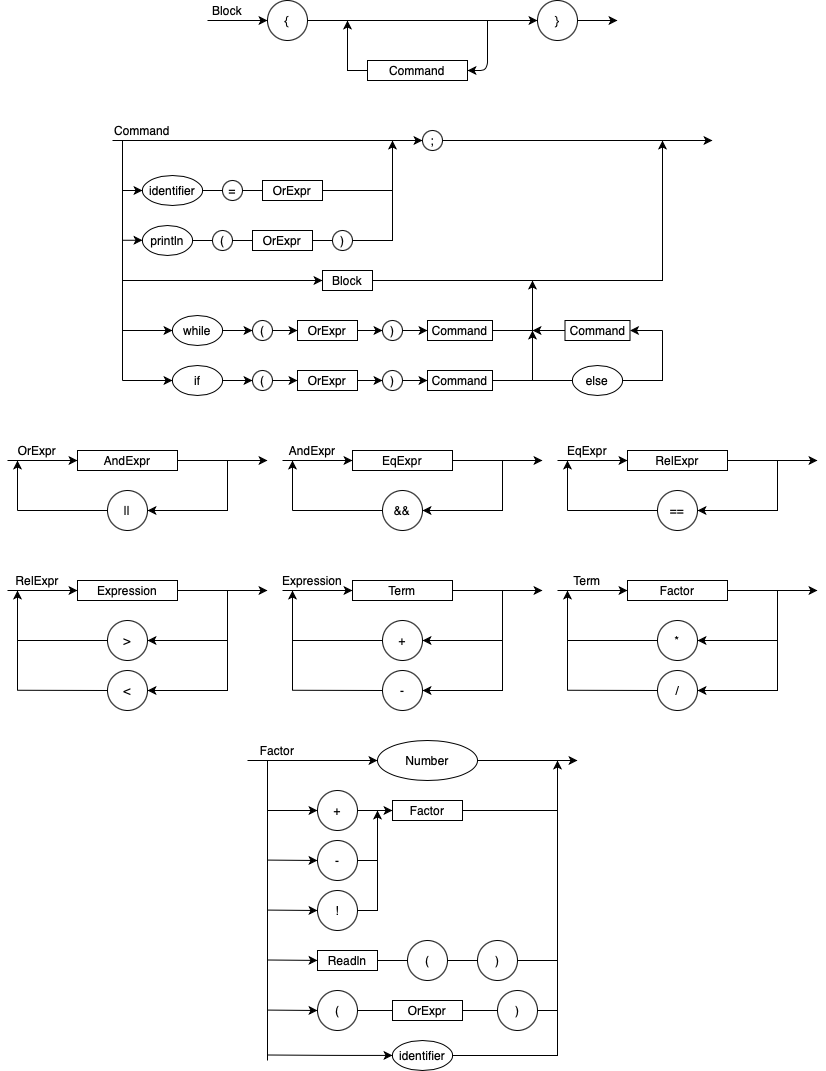
Above: Diagrama.png in VFermat/logcomp-compilador-2021 (draw.io), before the change. Source tidied: cells renumbered, new cells last; positions are measured from the earlier drawing's top-left corner, leaving out a move shared by most shapes.
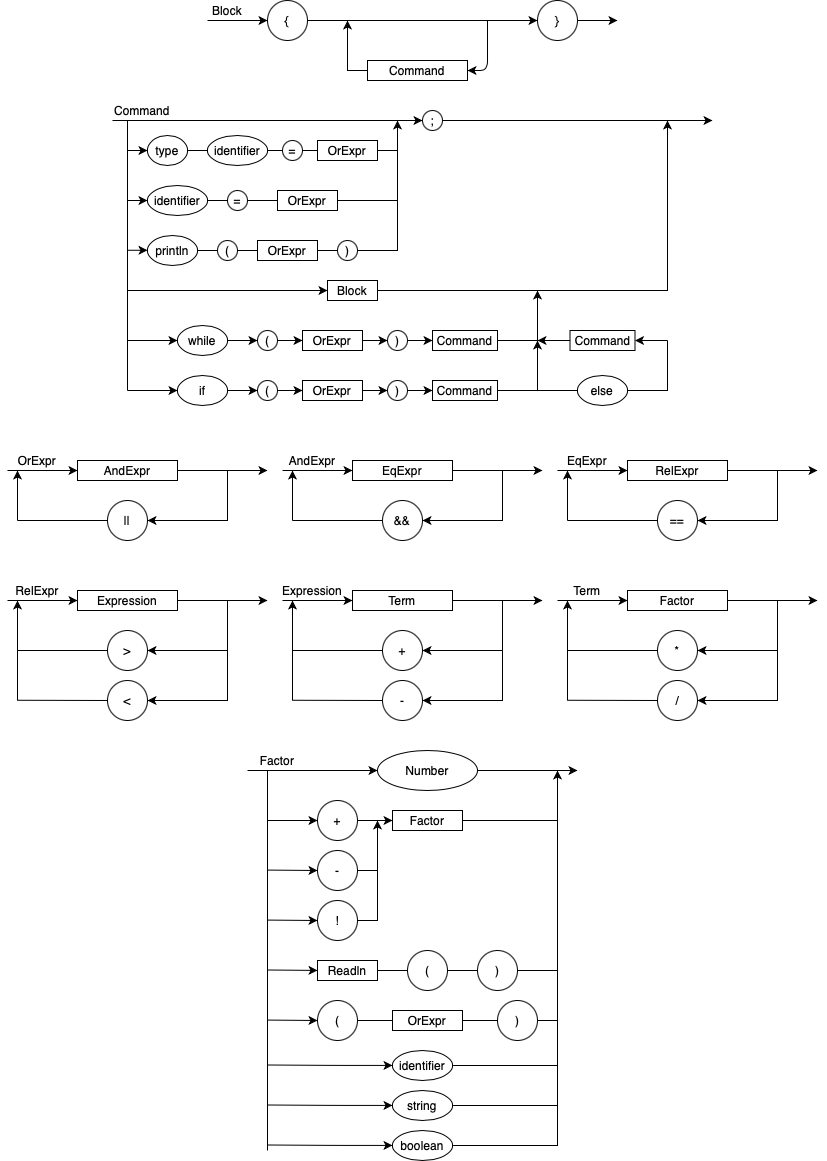
After the commit.

Change to the diagram source:
```diff
@@ -6,4 +6,4 @@
       <mxGeometry relative="1" as="geometry">
-        <mxPoint x="200" y="20" as="sourcePoint" />
-        <mxPoint x="260" y="20" as="targetPoint" />
+        <mxPoint x="200" y="10" as="sourcePoint" />
+        <mxPoint x="260" y="10" as="targetPoint" />
       </mxGeometry>
@@ -12,3 +12,3 @@
       <mxGeometry relative="1" as="geometry">
-        <mxPoint x="340" y="20" as="targetPoint" />
+        <mxPoint x="340" y="10" as="targetPoint" />
       </mxGeometry>
@@ -16,3 +16,3 @@
     <mxCell id="4" value="Command" style="rounded=0;whiteSpace=wrap;html=1;" parent="1" vertex="1">
-      <mxGeometry x="360" y="60" width="100" height="20" as="geometry" />
+      <mxGeometry x="360" y="50" width="100" height="20" as="geometry" />
     </mxCell>
@@ -20,5 +20,5 @@
       <mxGeometry relative="1" as="geometry">
-        <mxPoint x="480" y="20" as="sourcePoint" />
+        <mxPoint x="480" y="10" as="sourcePoint" />
         <Array as="points">
-          <mxPoint x="480" y="70" />
+          <mxPoint x="480" y="60" />
         </Array>
@@ -27,3 +27,3 @@
     <mxCell id="6" value="Block" style="text;html=1;strokeColor=none;fillColor=none;align=center;verticalAlign=middle;whiteSpace=wrap;rounded=0;" parent="1" vertex="1">
-      <mxGeometry x="200" width="40" height="20" as="geometry" />
+      <mxGeometry x="200" y="-10" width="40" height="20" as="geometry" />
     </mxCell>
@@ -31,3 +31,3 @@
       <mxGeometry relative="1" as="geometry">
-        <mxPoint x="105" y="140" as="sourcePoint" />
+        <mxPoint x="105" y="110" as="sourcePoint" />
       </mxGeometry>
@@ -36,3 +36,3 @@
       <mxGeometry relative="1" as="geometry">
-        <mxPoint x="705" y="140" as="targetPoint" />
+        <mxPoint x="705" y="110" as="targetPoint" />
       </mxGeometry>
@@ -40,3 +40,3 @@
     <mxCell id="9" value=";" style="ellipse;whiteSpace=wrap;html=1;" parent="1" vertex="1">
-      <mxGeometry x="415" y="130" width="20" height="20" as="geometry" />
+      <mxGeometry x="415" y="100" width="20" height="20" as="geometry" />
     </mxCell>
@@ -47,3 +47,3 @@
       <mxGeometry relative="1" as="geometry">
-        <mxPoint x="185" y="240" as="sourcePoint" />
+        <mxPoint x="190" y="240" as="sourcePoint" />
       </mxGeometry>
@@ -54,3 +54,3 @@
     <mxCell id="13" value="(" style="ellipse;whiteSpace=wrap;html=1;" parent="1" vertex="1">
-      <mxGeometry x="205" y="230" width="20" height="20" as="geometry" />
+      <mxGeometry x="210" y="230" width="20" height="20" as="geometry" />
     </mxCell>
@@ -58,6 +58,6 @@
       <mxGeometry relative="1" as="geometry">
-        <mxPoint x="385" y="140" as="targetPoint" />
+        <mxPoint x="390" y="110" as="targetPoint" />
         <Array as="points">
-          <mxPoint x="385" y="190" />
-          <mxPoint x="385" y="150" />
+          <mxPoint x="390" y="190" />
+          <mxPoint x="390" y="150" />
         </Array>
@@ -66,3 +66,3 @@
     <mxCell id="15" value="OrExpr" style="rounded=0;whiteSpace=wrap;html=1;" parent="1" vertex="1">
-      <mxGeometry x="255" y="180" width="60" height="20" as="geometry" />
+      <mxGeometry x="270" y="180" width="60" height="20" as="geometry" />
     </mxCell>
@@ -70,3 +70,3 @@
       <mxGeometry relative="1" as="geometry">
-        <mxPoint x="385" y="180" as="targetPoint" />
+        <mxPoint x="390" y="180" as="targetPoint" />
       </mxGeometry>
@@ -74,8 +74,7 @@
     <mxCell id="17" value=")" style="ellipse;whiteSpace=wrap;html=1;" parent="1" vertex="1">
-      <mxGeometry x="325" y="230" width="20" height="20" as="geometry" />
+      <mxGeometry x="330" y="230" width="20" height="20" as="geometry" />
     </mxCell>
-    <mxCell id="18" style="endArrow=none;html=1;" parent="1" edge="1">
+    <mxCell id="18" style="endArrow=none;html=1;entryX=0.25;entryY=1;entryDx=0;entryDy=0;" parent="1" edge="1" target="21">
       <mxGeometry relative="1" as="geometry">
-        <mxPoint x="115" y="380" as="sourcePoint" />
-        <mxPoint x="115" y="140" as="targetPoint" />
+        <mxPoint x="120" y="380" as="sourcePoint" />
       </mxGeometry>
@@ -84,4 +83,4 @@
       <mxGeometry relative="1" as="geometry">
-        <mxPoint x="115" y="190" as="sourcePoint" />
-        <mxPoint x="135" y="190" as="targetPoint" />
+        <mxPoint x="120" y="190" as="sourcePoint" />
+        <mxPoint x="140" y="190" as="targetPoint" />
       </mxGeometry>
@@ -90,4 +89,4 @@
       <mxGeometry relative="1" as="geometry">
-        <mxPoint x="115" y="239.8" as="sourcePoint" />
-        <mxPoint x="135" y="239.8" as="targetPoint" />
+        <mxPoint x="120" y="239.8" as="sourcePoint" />
+        <mxPoint x="140" y="239.8" as="targetPoint" />
       </mxGeometry>
@@ -95,3 +94,3 @@
     <mxCell id="21" value="Command" style="text;html=1;strokeColor=none;fillColor=none;align=center;verticalAlign=middle;whiteSpace=wrap;rounded=0;" parent="1" vertex="1">
-      <mxGeometry x="105" y="120" width="60" height="20" as="geometry" />
+      <mxGeometry x="105" y="90" width="60" height="20" as="geometry" />
     </mxCell>
@@ -233,3 +232,3 @@
       <mxGeometry relative="1" as="geometry">
-        <mxPoint x="260" y="1060" as="sourcePoint" />
+        <mxPoint x="260" y="1140" as="sourcePoint" />
         <mxPoint x="260" y="760" as="targetPoint" />
@@ -496,3 +495,3 @@
       <mxGeometry relative="1" as="geometry">
-        <mxPoint x="530" y="20" as="targetPoint" />
+        <mxPoint x="530" y="10" as="targetPoint" />
       </mxGeometry>
@@ -500,3 +499,3 @@
     <mxCell id="112" value="{" style="ellipse;whiteSpace=wrap;html=1;" parent="1" vertex="1">
-      <mxGeometry x="260" width="40" height="40" as="geometry" />
+      <mxGeometry x="260" y="-10" width="40" height="40" as="geometry" />
     </mxCell>
@@ -504,3 +503,3 @@
       <mxGeometry relative="1" as="geometry">
-        <mxPoint x="610" y="20" as="targetPoint" />
+        <mxPoint x="610" y="10" as="targetPoint" />
       </mxGeometry>
@@ -508,3 +507,3 @@
     <mxCell id="114" value="}" style="ellipse;whiteSpace=wrap;html=1;" parent="1" vertex="1">
-      <mxGeometry x="530" width="40" height="40" as="geometry" />
+      <mxGeometry x="530" y="-10" width="40" height="40" as="geometry" />
     </mxCell>
@@ -512,4 +511,4 @@
       <mxGeometry relative="1" as="geometry">
-        <mxPoint x="115" y="280" as="sourcePoint" />
-        <mxPoint x="315" y="280" as="targetPoint" />
+        <mxPoint x="120" y="280" as="sourcePoint" />
+        <mxPoint x="320" y="280" as="targetPoint" />
       </mxGeometry>
@@ -518,3 +517,3 @@
       <mxGeometry relative="1" as="geometry">
-        <mxPoint x="655" y="140" as="targetPoint" />
+        <mxPoint x="660" y="110" as="targetPoint" />
       </mxGeometry>
@@ -522,3 +521,3 @@
     <mxCell id="117" value="Block" style="rounded=0;whiteSpace=wrap;html=1;" parent="1" vertex="1">
-      <mxGeometry x="315" y="270" width="50" height="20" as="geometry" />
+      <mxGeometry x="320" y="270" width="50" height="20" as="geometry" />
     </mxCell>
@@ -526,4 +525,4 @@
       <mxGeometry relative="1" as="geometry">
-        <mxPoint x="165" y="330" as="sourcePoint" />
-        <mxPoint x="115" y="330" as="targetPoint" />
+        <mxPoint x="170" y="330" as="sourcePoint" />
+        <mxPoint x="120" y="330" as="targetPoint" />
       </mxGeometry>
@@ -532,3 +531,3 @@
       <mxGeometry relative="1" as="geometry">
-        <mxPoint x="215" y="330" as="sourcePoint" />
+        <mxPoint x="220" y="330" as="sourcePoint" />
       </mxGeometry>
@@ -537,4 +536,4 @@
       <mxGeometry relative="1" as="geometry">
-        <mxPoint x="165" y="380" as="sourcePoint" />
-        <mxPoint x="115" y="380" as="targetPoint" />
+        <mxPoint x="170" y="380" as="sourcePoint" />
+        <mxPoint x="120" y="380" as="targetPoint" />
       </mxGeometry>
@@ -543,3 +542,3 @@
       <mxGeometry relative="1" as="geometry">
-        <mxPoint x="215" y="380" as="sourcePoint" />
+        <mxPoint x="220" y="380" as="sourcePoint" />
       </mxGeometry>
@@ -550,3 +549,3 @@
     <mxCell id="123" value="(" style="ellipse;whiteSpace=wrap;html=1;" parent="1" vertex="1">
-      <mxGeometry x="245" y="320" width="20" height="20" as="geometry" />
+      <mxGeometry x="250" y="320" width="20" height="20" as="geometry" />
     </mxCell>
@@ -556,3 +555,3 @@
     <mxCell id="125" value="OrExpr" style="rounded=0;whiteSpace=wrap;html=1;" parent="1" vertex="1">
-      <mxGeometry x="290" y="320" width="60" height="20" as="geometry" />
+      <mxGeometry x="295" y="320" width="60" height="20" as="geometry" />
     </mxCell>
@@ -562,6 +561,6 @@
     <mxCell id="127" value=")" style="ellipse;whiteSpace=wrap;html=1;" parent="1" vertex="1">
-      <mxGeometry x="375" y="320" width="20" height="20" as="geometry" />
+      <mxGeometry x="380" y="320" width="20" height="20" as="geometry" />
     </mxCell>
     <mxCell id="128" value="OrExpr" style="rounded=0;whiteSpace=wrap;html=1;" parent="1" vertex="1">
-      <mxGeometry x="245" y="230" width="60" height="20" as="geometry" />
+      <mxGeometry x="250" y="230" width="60" height="20" as="geometry" />
     </mxCell>
@@ -571,3 +570,3 @@
     <mxCell id="130" value="=" style="ellipse;whiteSpace=wrap;html=1;" parent="1" vertex="1">
-      <mxGeometry x="215" y="180" width="20" height="20" as="geometry" />
+      <mxGeometry x="220" y="180" width="20" height="20" as="geometry" />
     </mxCell>
@@ -575,3 +574,3 @@
       <mxGeometry relative="1" as="geometry">
-        <mxPoint x="195" y="190" as="sourcePoint" />
+        <mxPoint x="200" y="190" as="sourcePoint" />
       </mxGeometry>
@@ -582,3 +581,3 @@
     <mxCell id="133" value="(" style="ellipse;whiteSpace=wrap;html=1;" parent="1" vertex="1">
-      <mxGeometry x="245" y="370" width="20" height="20" as="geometry" />
+      <mxGeometry x="250" y="370" width="20" height="20" as="geometry" />
     </mxCell>
@@ -588,3 +587,3 @@
     <mxCell id="135" value="OrExpr" style="rounded=0;whiteSpace=wrap;html=1;" parent="1" vertex="1">
-      <mxGeometry x="290" y="370" width="60" height="20" as="geometry" />
+      <mxGeometry x="295" y="370" width="60" height="20" as="geometry" />
     </mxCell>
@@ -594,3 +593,3 @@
     <mxCell id="137" value=")" style="ellipse;whiteSpace=wrap;html=1;" parent="1" vertex="1">
-      <mxGeometry x="375" y="370" width="20" height="20" as="geometry" />
+      <mxGeometry x="380" y="370" width="20" height="20" as="geometry" />
     </mxCell>
@@ -598,6 +597,6 @@
       <mxGeometry relative="1" as="geometry">
-        <mxPoint x="525" y="280" as="targetPoint" />
+        <mxPoint x="530" y="280" as="targetPoint" />
         <Array as="points">
-          <mxPoint x="525" y="330" />
-          <mxPoint x="525" y="280" />
+          <mxPoint x="530" y="330" />
+          <mxPoint x="530" y="280" />
         </Array>
@@ -606,3 +605,3 @@
     <mxCell id="139" value="Command" style="rounded=0;whiteSpace=wrap;html=1;" parent="1" vertex="1">
-      <mxGeometry x="420" y="320" width="65" height="20" as="geometry" />
+      <mxGeometry x="425" y="320" width="65" height="20" as="geometry" />
     </mxCell>
@@ -610,3 +609,3 @@
       <mxGeometry relative="1" as="geometry">
-        <mxPoint x="525" y="330" as="targetPoint" />
+        <mxPoint x="530" y="330" as="targetPoint" />
       </mxGeometry>
@@ -617,3 +616,3 @@
     <mxCell id="142" value="Command" style="rounded=0;whiteSpace=wrap;html=1;" parent="1" vertex="1">
-      <mxGeometry x="420" y="370" width="65" height="20" as="geometry" />
+      <mxGeometry x="425" y="370" width="65" height="20" as="geometry" />
     </mxCell>
@@ -621,3 +620,3 @@
       <mxGeometry relative="1" as="geometry">
-        <mxPoint x="525" y="330" as="targetPoint" />
+        <mxPoint x="530" y="330" as="targetPoint" />
       </mxGeometry>
@@ -626,3 +625,3 @@
       <mxGeometry relative="1" as="geometry">
-        <mxPoint x="655" y="330" as="targetPoint" />
+        <mxPoint x="660" y="330" as="targetPoint" />
       </mxGeometry>
@@ -630,15 +629,15 @@
     <mxCell id="145" value="Command" style="rounded=0;whiteSpace=wrap;html=1;" parent="1" vertex="1">
-      <mxGeometry x="557.5" y="320" width="65" height="20" as="geometry" />
+      <mxGeometry x="562.5" y="320" width="65" height="20" as="geometry" />
     </mxCell>
     <mxCell id="146" value="while" style="ellipse;whiteSpace=wrap;html=1;" parent="1" vertex="1">
-      <mxGeometry x="165" y="315" width="50" height="30" as="geometry" />
+      <mxGeometry x="170" y="315" width="50" height="30" as="geometry" />
     </mxCell>
     <mxCell id="147" value="if" style="ellipse;whiteSpace=wrap;html=1;" parent="1" vertex="1">
-      <mxGeometry x="165" y="365" width="50" height="30" as="geometry" />
+      <mxGeometry x="170" y="365" width="50" height="30" as="geometry" />
     </mxCell>
     <mxCell id="148" value="println" style="ellipse;whiteSpace=wrap;html=1;" parent="1" vertex="1">
-      <mxGeometry x="135" y="225" width="50" height="30" as="geometry" />
+      <mxGeometry x="140" y="225" width="50" height="30" as="geometry" />
     </mxCell>
     <mxCell id="149" value="identifier" style="ellipse;whiteSpace=wrap;html=1;" parent="1" vertex="1">
-      <mxGeometry x="135" y="175" width="60" height="30" as="geometry" />
+      <mxGeometry x="140" y="175" width="60" height="30" as="geometry" />
     </mxCell>
@@ -646,3 +645,3 @@
       <mxGeometry relative="1" as="geometry">
-        <mxPoint x="655" y="330" as="targetPoint" />
+        <mxPoint x="660" y="330" as="targetPoint" />
       </mxGeometry>
@@ -650,3 +649,3 @@
     <mxCell id="151" value="else" style="ellipse;whiteSpace=wrap;html=1;" parent="1" vertex="1">
-      <mxGeometry x="565" y="365" width="50" height="30" as="geometry" />
+      <mxGeometry x="570" y="365" width="50" height="30" as="geometry" />
     </mxCell>
@@ -655,2 +654,70 @@
     </mxCell>
+    <mxCell id="153" style="edgeStyle=orthogonalEdgeStyle;rounded=0;jettySize=auto;html=1;endArrow=none;endFill=0;" parent="1" edge="1" source="154">
+      <mxGeometry relative="1" as="geometry">
+        <mxPoint x="550" y="1020" as="targetPoint" />
+      </mxGeometry>
+    </mxCell>
+    <mxCell id="154" value="string" style="ellipse;whiteSpace=wrap;html=1;" parent="1" vertex="1">
+      <mxGeometry x="385" y="1080" width="60" height="30" as="geometry" />
+    </mxCell>
+    <mxCell id="155" style="endArrow=classic;html=1;entryX=0;entryY=0.5;entryDx=0;entryDy=0;" parent="1" edge="1">
+      <mxGeometry relative="1" as="geometry">
+        <mxPoint x="260" y="1094.5" as="sourcePoint" />
+        <mxPoint x="385" y="1094.9" as="targetPoint" />
+        <Array as="points">
+          <mxPoint x="330" y="1094.9" />
+        </Array>
+      </mxGeometry>
+    </mxCell>
+    <mxCell id="156" style="endArrow=classic;html=1;entryX=0;entryY=0.5;entryDx=0;entryDy=0;" parent="1" edge="1">
+      <mxGeometry relative="1" as="geometry">
+        <mxPoint x="260" y="1134.5" as="sourcePoint" />
+        <mxPoint x="385" y="1134.9" as="targetPoint" />
+        <Array as="points">
+          <mxPoint x="330" y="1134.9" />
+        </Array>
+      </mxGeometry>
+    </mxCell>
+    <mxCell id="157" style="edgeStyle=orthogonalEdgeStyle;rounded=0;jettySize=auto;html=1;endArrow=none;endFill=0;" parent="1" edge="1" source="158">
+      <mxGeometry relative="1" as="geometry">
+        <mxPoint x="550" y="1080" as="targetPoint" />
+      </mxGeometry>
+    </mxCell>
+    <mxCell id="158" value="boolean" style="ellipse;whiteSpace=wrap;html=1;" parent="1" vertex="1">
+      <mxGeometry x="385" y="1120" width="60" height="30" as="geometry" />
+    </mxCell>
+    <mxCell id="159" style="edgeStyle=orthogonalEdgeStyle;rounded=0;jumpStyle=sharp;jumpSize=0;jettySize=auto;html=1;endArrow=none;endFill=0;startArrow=none;" parent="1" edge="1" source="163" target="161">
+      <mxGeometry relative="1" as="geometry" />
+    </mxCell>
+    <mxCell id="160" style="edgeStyle=orthogonalEdgeStyle;rounded=0;jettySize=auto;html=1;endArrow=none;endFill=0;" parent="1" edge="1" source="161">
+      <mxGeometry relative="1" as="geometry">
+        <mxPoint x="390" y="140" as="targetPoint" />
+      </mxGeometry>
+    </mxCell>
+    <mxCell id="161" value="OrExpr" style="rounded=0;whiteSpace=wrap;html=1;" parent="1" vertex="1">
+      <mxGeometry x="310" y="130" width="60" height="20" as="geometry" />
+    </mxCell>
+    <mxCell id="162" style="endArrow=classic;html=1;entryX=0;entryY=0.5;entryDx=0;entryDy=0;" parent="1" edge="1">
+      <mxGeometry relative="1" as="geometry">
+        <mxPoint x="120" y="140" as="sourcePoint" />
+        <mxPoint x="140" y="140" as="targetPoint" />
+      </mxGeometry>
+    </mxCell>
+    <mxCell id="163" value="=" style="ellipse;whiteSpace=wrap;html=1;" parent="1" vertex="1">
+      <mxGeometry x="275" y="130" width="20" height="20" as="geometry" />
+    </mxCell>
+    <mxCell id="164" style="edgeStyle=orthogonalEdgeStyle;rounded=0;jumpStyle=sharp;jumpSize=0;jettySize=auto;html=1;endArrow=none;endFill=0;" parent="1" edge="1" target="163">
+      <mxGeometry relative="1" as="geometry">
+        <mxPoint x="240" y="140" as="sourcePoint" />
+      </mxGeometry>
+    </mxCell>
+    <mxCell id="165" value="identifier" style="ellipse;whiteSpace=wrap;html=1;" parent="1" vertex="1">
+      <mxGeometry x="200" y="125" width="60" height="30" as="geometry" />
+    </mxCell>
+    <mxCell id="166" style="edgeStyle=orthogonalEdgeStyle;rounded=0;jettySize=auto;html=1;entryX=0;entryY=0.5;entryDx=0;entryDy=0;endArrow=none;endFill=0;" parent="1" edge="1" source="167" target="165">
+      <mxGeometry relative="1" as="geometry" />
+    </mxCell>
+    <mxCell id="167" value="type" style="ellipse;whiteSpace=wrap;html=1;" parent="1" vertex="1">
+      <mxGeometry x="140" y="125" width="40" height="30" as="geometry" />
+    </mxCell>
   </root>
```
